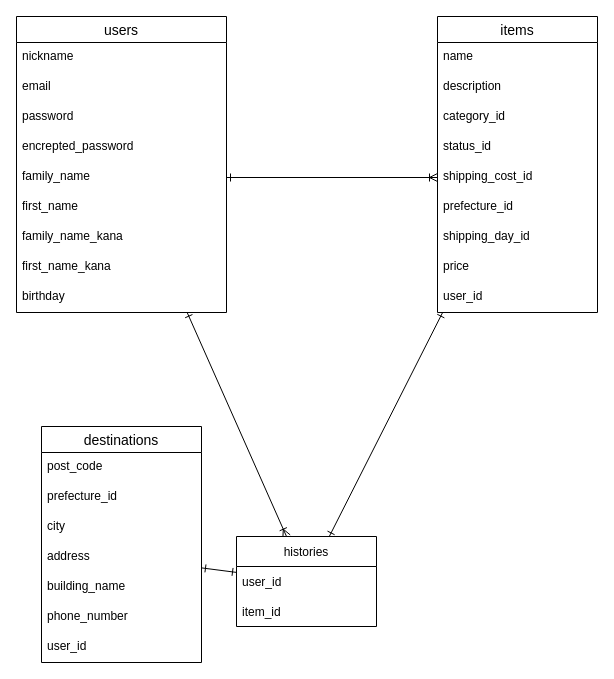
The draw.io diagram ER.dio in valuset3/furima-38021, before the edit. Source tidied: cells renumbered, new cells numbered last; positions are measured from the earlier drawing's top-left corner, leaving out a move shared by most shapes. Both pictures are drawn from the tidied source at 100%, with x=0, y=0 at pixel (16, 16).
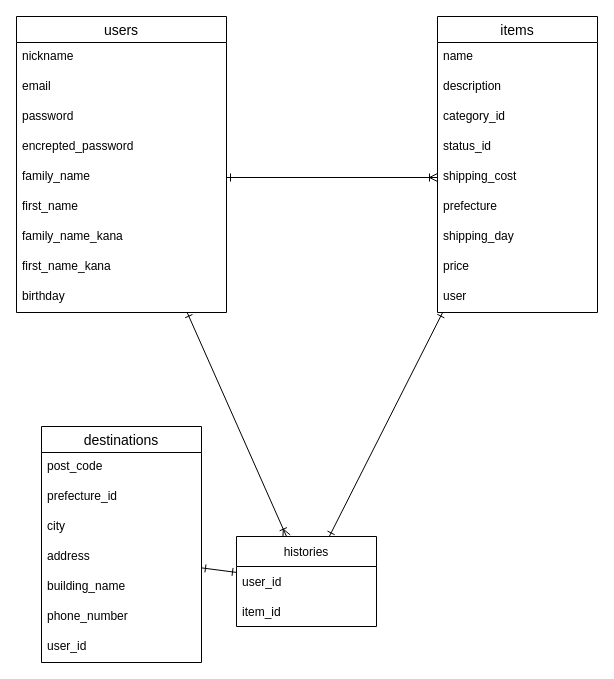
The same page after the edit.

The change refers to these unchanged cells:
```xml
<mxCell id="14" value="items" style="swimlane;fontStyle=0;horizontal=1;startSize=26;align=center;fontSize=14;" parent="1" vertex="1">
  <mxGeometry x="421" width="160" height="296" as="geometry" />
</mxCell>
```

Change to the diagram source:
```diff
@@
-    <mxCell id="19" value="shipping_cost_id" style="text;strokeColor=none;fillColor=none;spacingLeft=4;spacingRight=4;overflow=hidden;points=[[0,0.5],[1,0.5]];portConstraint=eastwest;fontSize=12;" parent="14" vertex="1">
+    <mxCell id="19" value="shipping_cost" style="text;strokeColor=none;fillColor=none;spacingLeft=4;spacingRight=4;overflow=hidden;points=[[0,0.5],[1,0.5]];portConstraint=eastwest;fontSize=12;" parent="14" vertex="1">
       <mxGeometry y="146" width="160" height="30" as="geometry" />
     </mxCell>
-    <mxCell id="20" value="prefecture_id" style="text;strokeColor=none;fillColor=none;spacingLeft=4;spacingRight=4;overflow=hidden;fontSize=12;" parent="14" vertex="1">
+    <mxCell id="20" value="prefecture" style="text;strokeColor=none;fillColor=none;spacingLeft=4;spacingRight=4;overflow=hidden;fontSize=12;" parent="14" vertex="1">
       <mxGeometry y="176" width="160" height="30" as="geometry" />
     </mxCell>
-    <mxCell id="21" value="shipping_day_id" style="text;strokeColor=none;fillColor=none;spacingLeft=4;spacingRight=4;overflow=hidden;fontSize=12;" parent="14" vertex="1">
+    <mxCell id="21" value="shipping_day" style="text;strokeColor=none;fillColor=none;spacingLeft=4;spacingRight=4;overflow=hidden;fontSize=12;" parent="14" vertex="1">
       <mxGeometry y="206" width="160" height="30" as="geometry" />
     </mxCell>
@@
-    <mxCell id="23" value="user_id" style="text;strokeColor=none;fillColor=none;spacingLeft=4;spacingRight=4;overflow=hidden;fontSize=12;" parent="14" vertex="1">
+    <mxCell id="23" value="user" style="text;strokeColor=none;fillColor=none;spacingLeft=4;spacingRight=4;overflow=hidden;fontSize=12;" parent="14" vertex="1">
       <mxGeometry y="266" width="160" height="30" as="geometry" />
     </mxCell>
```
